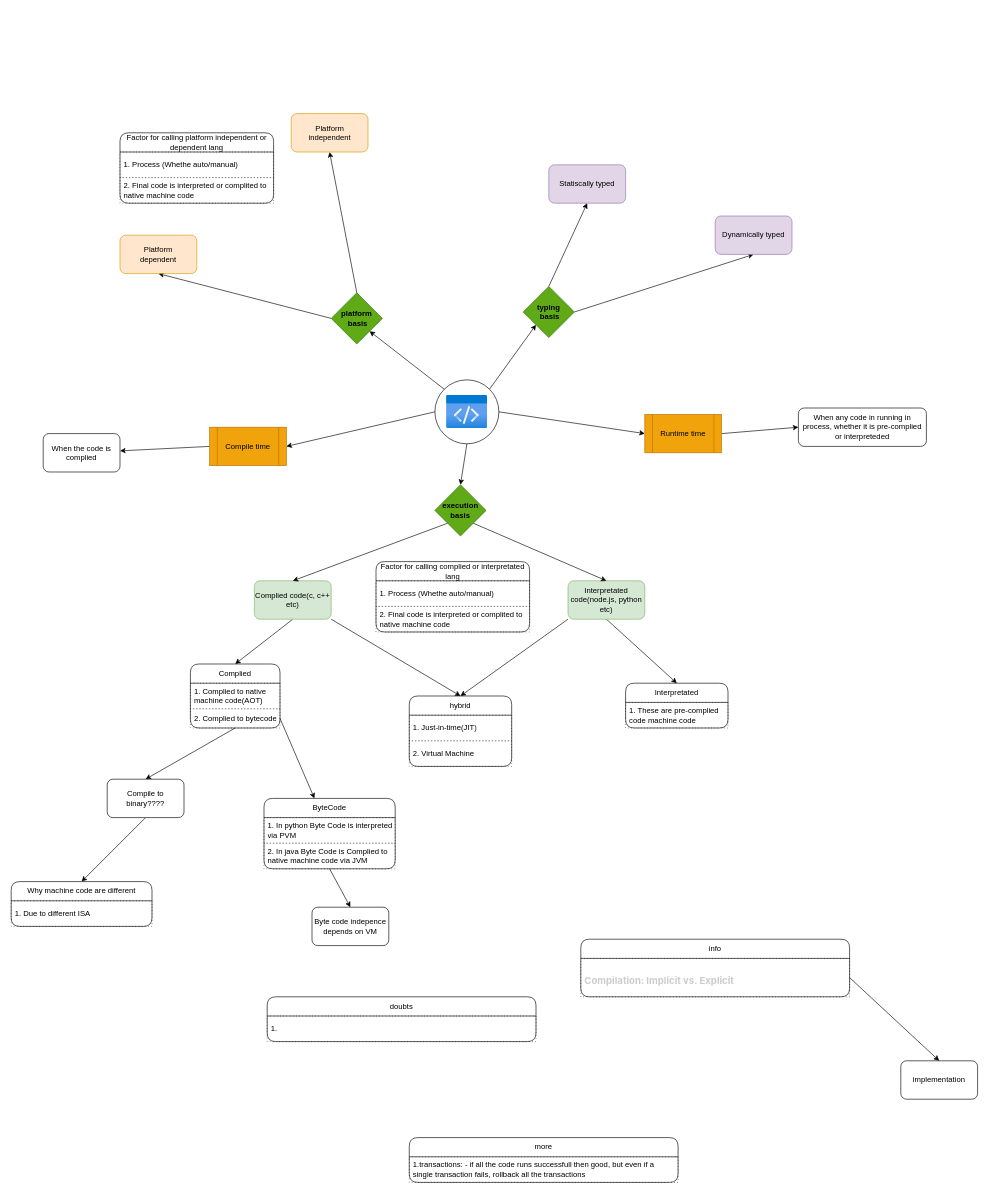
Earlier version of the draw.io diagram programming-langs/code-execution/code-execution.dio (knpvt5/Programming-Concepts). Source tidied: cells renumbered, new cells numbered last; positions are measured from the earlier drawing's top-left corner, leaving out a move shared by most shapes. Both pictures are drawn from the tidied source at 64%, with x=0, y=0 at pixel (11, 113).
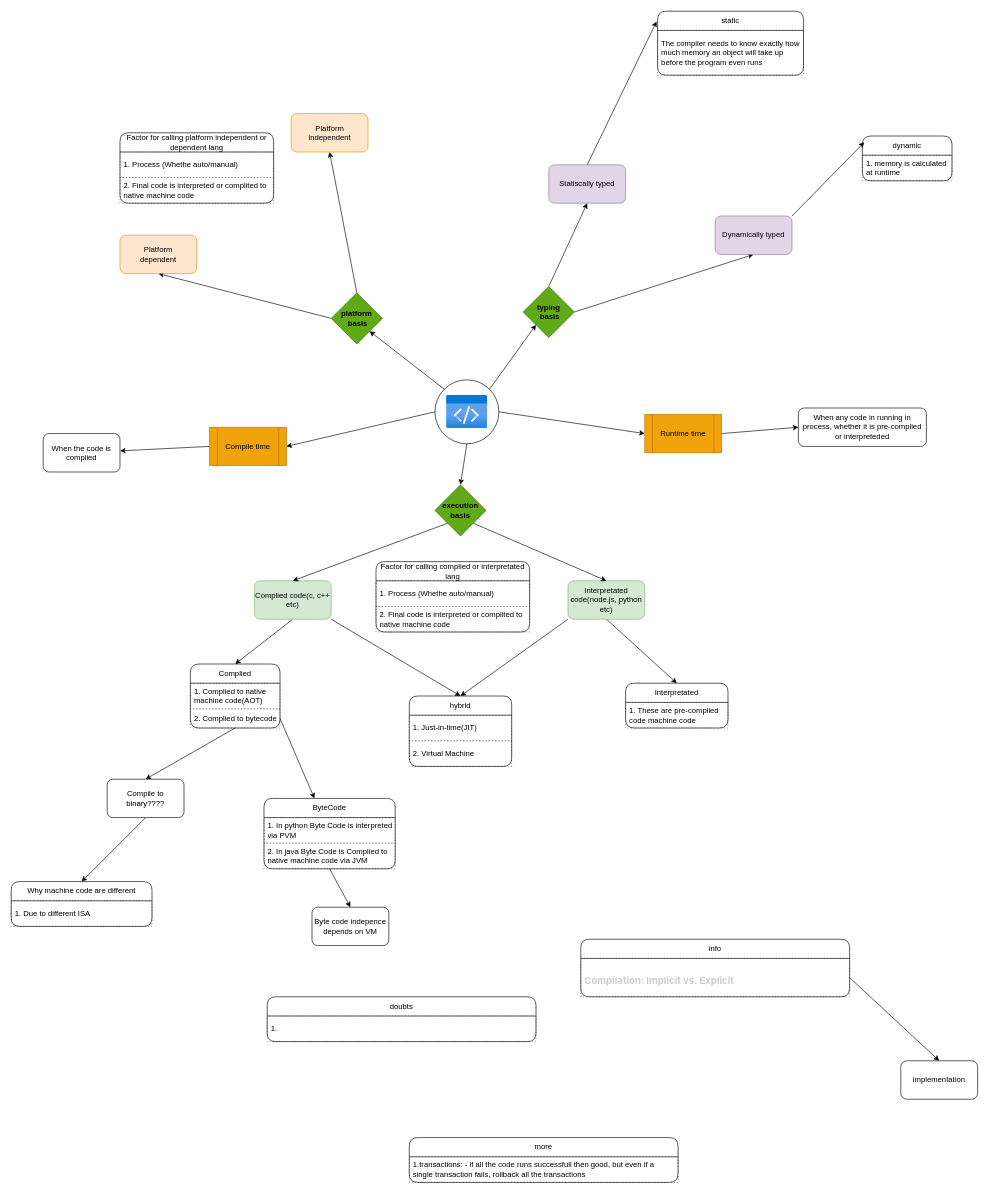
Above is the later version.

Commit message (it also covers changes not shown here):
chore: clean up empty code change sections in the changes log

The change refers to these unchanged cells:
```xml
<mxCell id="43" value="Statiscally typed" style="rounded=1;whiteSpace=wrap;html=1;fillColor=#e1d5e7;strokeColor=#9673a6;" parent="1" vertex="1">
  <mxGeometry x="840" y="80" width="120" height="60" as="geometry" />
</mxCell>
<mxCell id="46" value="Dynamically typed" style="rounded=1;whiteSpace=wrap;html=1;fillColor=#e1d5e7;strokeColor=#9673a6;" parent="1" vertex="1">
  <mxGeometry x="1100" y="160" width="120" height="60" as="geometry" />
</mxCell>
```

The edit, as a diff of the source:
```diff
@@
+    <mxCell id="68" value="dynamic" style="swimlane;fontStyle=0;horizontal=1;startSize=30;whiteSpace=wrap;html=1;rounded=1;" parent="1" vertex="1">
+      <mxGeometry x="1330" y="35" width="140" height="70" as="geometry" />
+    </mxCell>
+    <mxCell id="69" value="1. memory is calculated at runtime" style="text;strokeColor=default;fillColor=none;align=left;verticalAlign=middle;spacingLeft=4;spacingRight=4;overflow=hidden;whiteSpace=wrap;html=1;dashed=1;dashPattern=1 4;" parent="68" vertex="1">
+      <mxGeometry y="30" width="140" height="40" as="geometry" />
+    </mxCell>
+    <mxCell id="70" value="static" style="swimlane;fontStyle=0;horizontal=1;startSize=30;whiteSpace=wrap;html=1;rounded=1;" parent="1" vertex="1">
+      <mxGeometry x="1010" y="-160" width="228" height="100" as="geometry" />
+    </mxCell>
+    <mxCell id="71" value="The compiler needs to know exactly how much memory an object will take up before the program even runs" style="text;strokeColor=default;fillColor=none;align=left;verticalAlign=middle;spacingLeft=4;spacingRight=4;overflow=hidden;whiteSpace=wrap;html=1;dashed=1;dashPattern=1 4;" parent="70" vertex="1">
+      <mxGeometry y="30" width="228" height="70" as="geometry" />
+    </mxCell>
@@
+    <mxCell id="72" style="edgeStyle=none;html=1;exitX=1;exitY=0;exitDx=0;exitDy=0;entryX=0.021;entryY=0.14;entryDx=0;entryDy=0;entryPerimeter=0;" parent="1" edge="1" source="46" target="68">
+      <mxGeometry relative="1" as="geometry" />
+    </mxCell>
+    <mxCell id="73" style="edgeStyle=none;html=1;exitX=0.5;exitY=0;exitDx=0;exitDy=0;entryX=-0.007;entryY=0.16;entryDx=0;entryDy=0;entryPerimeter=0;" parent="1" edge="1" source="43" target="70">
+      <mxGeometry relative="1" as="geometry" />
+    </mxCell>
```
